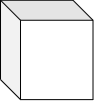
Earlier version of the draw.io export thesis/ch3/cdc示意图.drawio.png (guxdong/imgrepo). Source tidied: cells renumbered, new cells last; positions are measured from the earlier drawing's top-left corner, leaving out a move shared by most shapes.
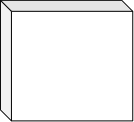
Above is the later version.

Commit message:
更新cdc示意图.drawio.png

Change to the diagram source:
```diff
@@ -2,8 +2,8 @@
   <root>
     <mxCell id="0" />
     <mxCell id="1" parent="0" />
-    <mxCell id="2" style="shape=cube;whiteSpace=wrap;html=1;boundedLbl=1;backgroundOutline=1;darkOpacity=0.05;darkOpacity2=0.1;direction=east;flipH=0;rotation=90;flipV=1;" parent="1" vertex="1">
-      <mxGeometry x="-0.4" y="0.2" width="99.4" height="92.5" as="geometry" />
+    <mxCell id="2" style="shape=cube;whiteSpace=wrap;html=1;boundedLbl=1;backgroundOutline=1;darkOpacity=0.05;darkOpacity2=0.1;direction=east;flipH=0;rotation=90;flipV=1;size=11;" parent="1" vertex="1">
+      <mxGeometry x="-0.4" y="0.2" width="120.6" height="132.3" as="geometry" />
     </mxCell>
   </root>
 </mxGraphModel>
```
